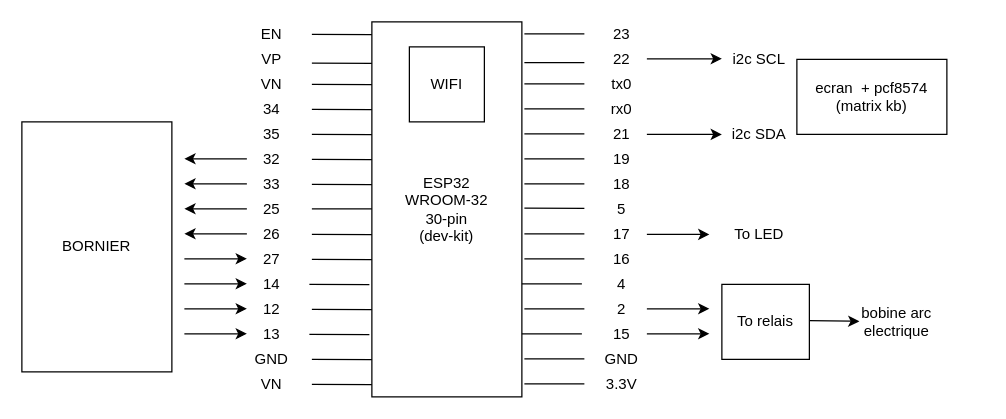
micky008/boumb-esp32 keeps this draw.io diagram as es32 PIN.drawio. Above is the earlier version. Source tidied: cells renumbered, new cells numbered last; positions are measured from the earlier drawing's top-left corner, leaving out a move shared by most shapes. Both pictures are drawn from the tidied source at 125%, with x=0, y=0 at pixel (21, 21).
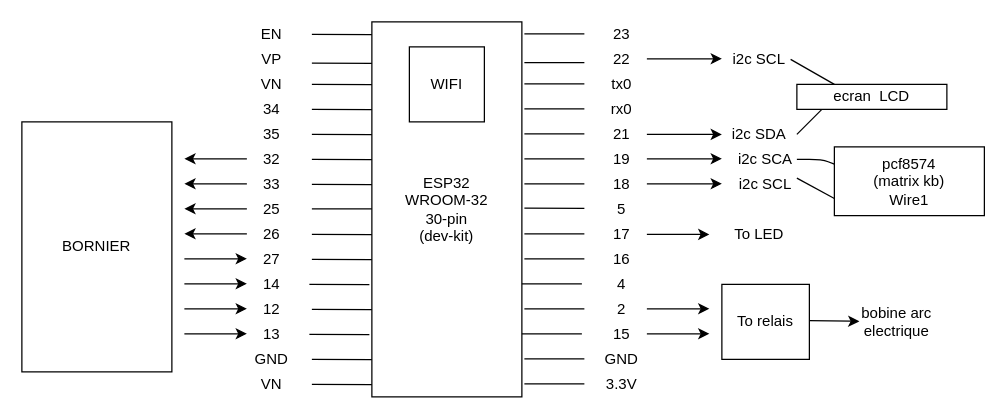
The same diagram, later.

Unchanged cells that the change refers to:
```xml
<mxCell id="66" value="i2c SDA" style="text;html=1;strokeColor=none;fillColor=none;align=center;verticalAlign=middle;whiteSpace=wrap;rounded=0;" parent="1" vertex="1">
  <mxGeometry x="560" y="80" width="60" height="20" as="geometry" />
</mxCell>
<mxCell id="67" value="i2c SCL" style="text;html=1;strokeColor=none;fillColor=none;align=center;verticalAlign=middle;whiteSpace=wrap;rounded=0;" parent="1" vertex="1">
  <mxGeometry x="565" y="20" width="50" height="20" as="geometry" />
</mxCell>
```

Change to the diagram source:
```diff
@@
-    <mxCell id="84" value="ecran&amp;nbsp; +&amp;nbsp;pcf8574 (matrix kb)" style="rounded=0;whiteSpace=wrap;html=1;" parent="1" vertex="1">
-      <mxGeometry x="620" y="30" width="120" height="60" as="geometry" />
+    <mxCell id="84" value="ecran&amp;nbsp; LCD" style="rounded=0;whiteSpace=wrap;html=1;" parent="1" vertex="1">
+      <mxGeometry x="620" y="50" width="120" height="20" as="geometry" />
     </mxCell>
+    <mxCell id="85" style="endArrow=classic;html=1;" parent="1" edge="1">
+      <mxGeometry relative="1" as="geometry">
+        <mxPoint x="500" y="109.5" as="sourcePoint" />
+        <mxPoint x="560" y="109.5" as="targetPoint" />
+      </mxGeometry>
+    </mxCell>
+    <mxCell id="86" value="i2c SCA" style="text;html=1;strokeColor=none;fillColor=none;align=center;verticalAlign=middle;whiteSpace=wrap;rounded=0;" parent="1" vertex="1">
+      <mxGeometry x="570" y="100" width="50" height="20" as="geometry" />
+    </mxCell>
+    <mxCell id="87" style="endArrow=classic;html=1;" parent="1" edge="1">
+      <mxGeometry relative="1" as="geometry">
+        <mxPoint x="500" y="129.5" as="sourcePoint" />
+        <mxPoint x="560" y="129.5" as="targetPoint" />
+      </mxGeometry>
+    </mxCell>
+    <mxCell id="88" value="i2c SCL" style="text;html=1;strokeColor=none;fillColor=none;align=center;verticalAlign=middle;whiteSpace=wrap;rounded=0;" parent="1" vertex="1">
+      <mxGeometry x="570" y="120" width="50" height="20" as="geometry" />
+    </mxCell>
+    <mxCell id="89" value="pcf8574 &lt;br&gt;(matrix kb)&lt;br&gt;Wire1" style="rounded=0;whiteSpace=wrap;html=1;" parent="1" vertex="1">
+      <mxGeometry x="650" y="100" width="120" height="55" as="geometry" />
+    </mxCell>
+    <mxCell id="90" style="endArrow=none;html=1;exitX=1;exitY=0.5;exitDx=0;exitDy=0;entryX=0.25;entryY=0;entryDx=0;entryDy=0;" parent="1" edge="1" source="67" target="84">
+      <mxGeometry relative="1" as="geometry" />
+    </mxCell>
+    <mxCell id="91" style="endArrow=none;html=1;exitX=1;exitY=0.5;exitDx=0;exitDy=0;" parent="1" edge="1" source="66">
+      <mxGeometry relative="1" as="geometry">
+        <mxPoint x="640" y="70" as="targetPoint" />
+      </mxGeometry>
+    </mxCell>
+    <mxCell id="92" style="endArrow=none;html=1;exitX=1;exitY=0.5;exitDx=0;exitDy=0;entryX=0;entryY=0.25;entryDx=0;entryDy=0;" parent="1" edge="1" source="86" target="89">
+      <mxGeometry relative="1" as="geometry">
+        <Array as="points">
+          <mxPoint x="640" y="110" />
+        </Array>
+      </mxGeometry>
+    </mxCell>
+    <mxCell id="93" style="endArrow=none;html=1;exitX=1;exitY=0.25;exitDx=0;exitDy=0;entryX=0;entryY=0.75;entryDx=0;entryDy=0;" parent="1" edge="1" source="88" target="89">
+      <mxGeometry relative="1" as="geometry" />
+    </mxCell>
```
